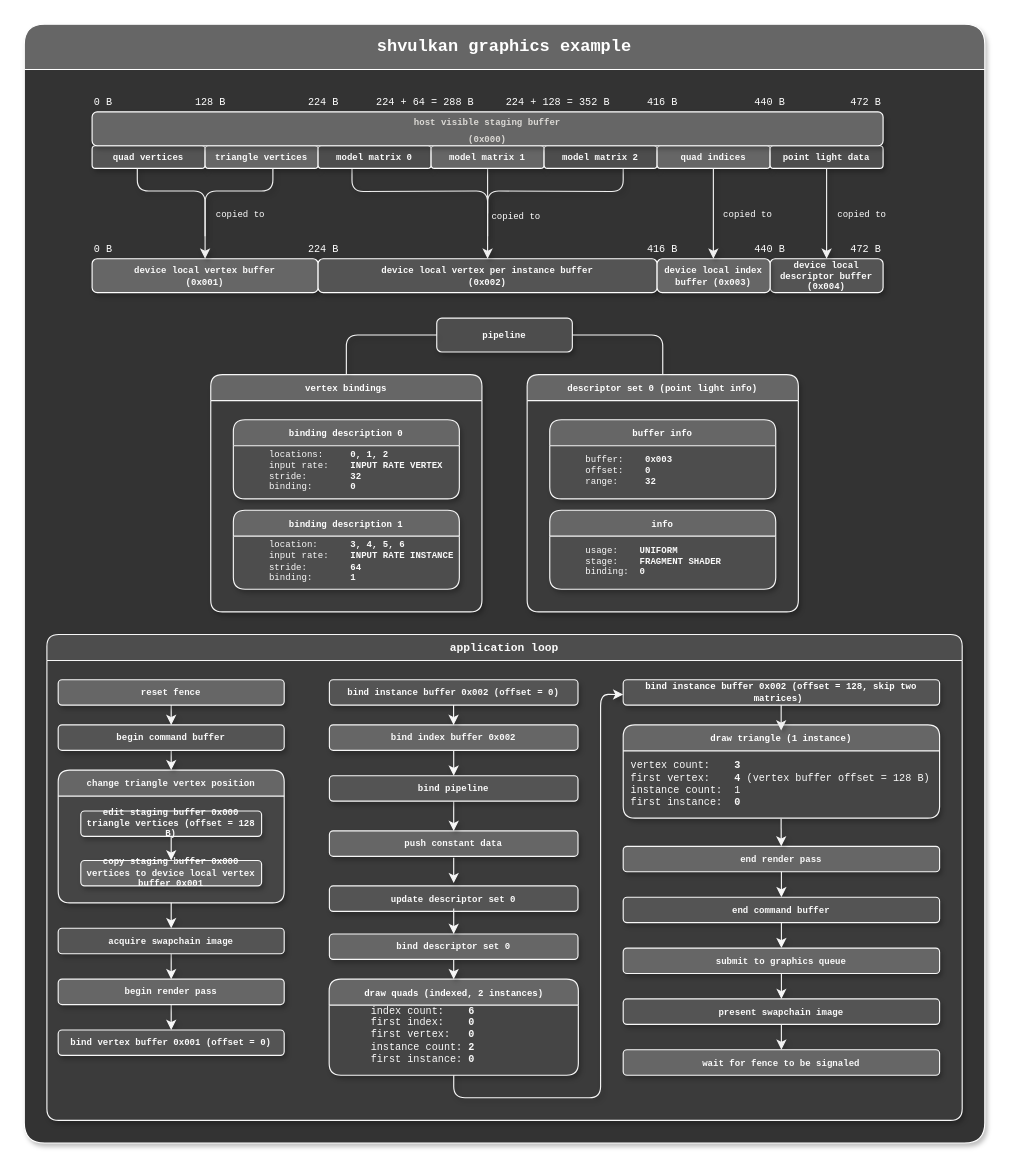
Before: examples/diagrams/shvulkan graphics.drawio in MrSinho/shvulkan, a draw.io diagram. Source tidied: cells renumbered, new cells numbered last; positions are measured from the earlier drawing's top-left corner, leaving out a move shared by most shapes. Both pictures are drawn from the tidied source at 113%, with x=0, y=0 at pixel (24, 24).
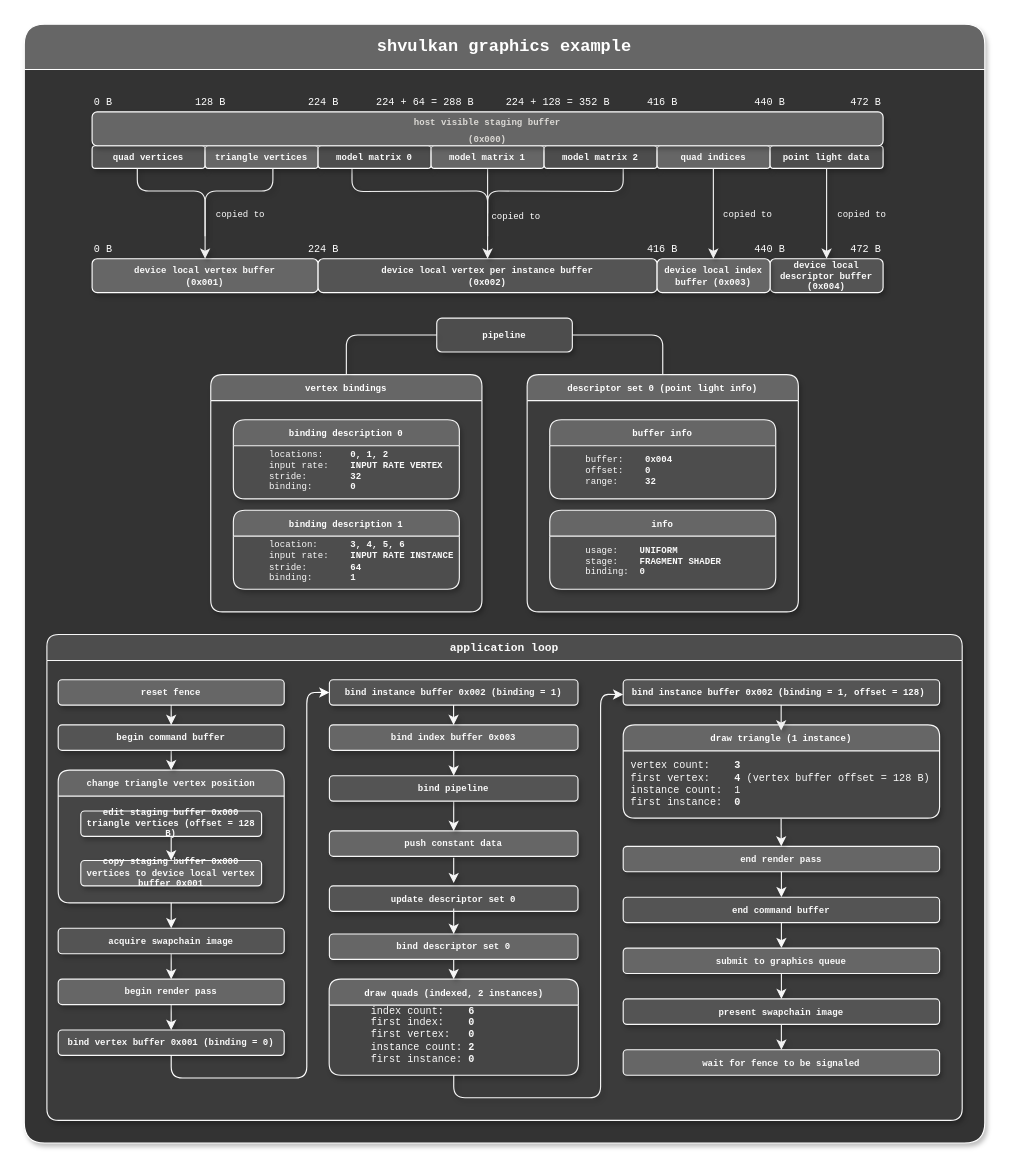
The same page after the edit.

Unchanged cells that the change refers to:
```xml
<mxCell id="2" value="&lt;font face=&quot;consolas&quot; style=&quot;font-size: 15px;&quot;&gt;shvulkan graphics example&lt;/font&gt;" style="swimlane;html=1;fontSize=12;startSize=40;labelBackgroundColor=none;whiteSpace=wrap;fontColor=#FFFFFF;fillColor=#666666;strokeColor=#FFFFFF;strokeWidth=1;rounded=1;swimlaneFillColor=#333333;shadow=1;" parent="1" vertex="1">
  <mxGeometry width="850" height="990" as="geometry" />
</mxCell>
<mxCell id="3" value="&lt;font style=&quot;font-size: 10px;&quot;&gt;application loop&lt;/font&gt;" style="swimlane;whiteSpace=wrap;html=1;fontFamily=consolas;fontSize=8;fillColor=#4D4D4D;fontColor=#FAFAFA;strokeColor=#F7F7F7;swimlaneFillColor=#3b3b3b;shadow=1;rounded=1;labelBackgroundColor=none;" parent="2" vertex="1">
  <mxGeometry x="20" y="540" width="810" height="430" as="geometry" />
</mxCell>
<mxCell id="31" value="buffer info" style="swimlane;whiteSpace=wrap;html=1;fontSize=8;fontFamily=consolas;fillColor=#666666;fontColor=#FFFFFF;strokeColor=#F7F7F7;rounded=1;swimlaneFillColor=#4D4D4D;shadow=1;labelBackgroundColor=none;" parent="30" vertex="1">
  <mxGeometry x="20" y="40" width="200" height="70" as="geometry" />
</mxCell>
```

The edit, as a diff of the source:
```diff
@@
-    <mxCell id="7" value="bind instance buffer 0x002 (offset = 0)" style="whiteSpace=wrap;html=1;align=center;fontFamily=consolas;fontSize=8;fontStyle=1;fillColor=#545454;strokeColor=#F7F7F7;fontColor=#FAFAFA;swimlaneFillColor=none;rounded=1;shadow=1;labelBackgroundColor=none;" parent="3" vertex="1">
+    <mxCell id="7" value="bind instance buffer 0x002 (binding = 1)" style="whiteSpace=wrap;html=1;align=center;fontFamily=consolas;fontSize=8;fontStyle=1;fillColor=#545454;strokeColor=#F7F7F7;fontColor=#FAFAFA;swimlaneFillColor=none;rounded=1;shadow=1;labelBackgroundColor=none;" parent="3" vertex="1">
       <mxGeometry x="250" y="40" width="220" height="22.5" as="geometry" />
     </mxCell>
-    <mxCell id="8" value="bind index buffer 0x002" style="whiteSpace=wrap;html=1;align=center;fontFamily=consolas;fontSize=8;fontStyle=1;fillColor=#666666;fontColor=#FAFAFA;strokeColor=#F7F7F7;swimlaneFillColor=none;rounded=1;shadow=1;labelBackgroundColor=none;" parent="3" vertex="1">
+    <mxCell id="8" value="bind index buffer 0x003" style="whiteSpace=wrap;html=1;align=center;fontFamily=consolas;fontSize=8;fontStyle=1;fillColor=#666666;fontColor=#FAFAFA;strokeColor=#F7F7F7;swimlaneFillColor=none;rounded=1;shadow=1;labelBackgroundColor=none;" parent="3" vertex="1">
       <mxGeometry x="250" y="80" width="220" height="22.5" as="geometry" />
     </mxCell>
@@
-    <mxCell id="24" value="&lt;span style=&quot;color: rgb(255, 255, 255);&quot;&gt;bind instance buffer 0x002 (offset = 128, skip two matrices)&amp;nbsp;&lt;/span&gt;" style="whiteSpace=wrap;html=1;align=center;fontFamily=consolas;fontSize=8;fontStyle=1;fillColor=#545454;strokeColor=#F7F7F7;fontColor=#FAFAFA;swimlaneFillColor=none;rounded=1;shadow=1;labelBackgroundColor=none;" parent="3" vertex="1">
+    <mxCell id="24" value="&lt;span style=&quot;color: rgb(255, 255, 255);&quot;&gt;bind instance buffer 0x002 (binding = 1, offset = 128)&amp;nbsp;&lt;/span&gt;" style="whiteSpace=wrap;html=1;align=center;fontFamily=consolas;fontSize=8;fontStyle=1;fillColor=#545454;strokeColor=#F7F7F7;fontColor=#FAFAFA;swimlaneFillColor=none;rounded=1;shadow=1;labelBackgroundColor=none;" parent="3" vertex="1">
       <mxGeometry x="510" y="40" width="280" height="22.5" as="geometry" />
     </mxCell>
@@
-    <mxCell id="32" value="buffer:&amp;nbsp; &amp;nbsp;&amp;nbsp;&lt;b style=&quot;font-size: 8px;&quot;&gt;0x003&lt;/b&gt;&lt;br style=&quot;font-size: 8px;&quot;&gt;offset:&amp;nbsp; &amp;nbsp;&amp;nbsp;&lt;b style=&quot;font-size: 8px;&quot;&gt;0&lt;br style=&quot;font-size: 8px;&quot;&gt;&lt;/b&gt;range:&amp;nbsp; &amp;nbsp; &amp;nbsp;&lt;b style=&quot;font-size: 8px;&quot;&gt;32&lt;/b&gt;" style="text;html=1;align=left;verticalAlign=middle;strokeColor=none;fillColor=none;fontSize=8;fontFamily=consolas;fontColor=#FAFAFA;labelBackgroundColor=none;shadow=1;" parent="31" vertex="1">
+    <mxCell id="32" value="buffer:&amp;nbsp; &amp;nbsp;&amp;nbsp;&lt;b style=&quot;font-size: 8px;&quot;&gt;0x004&lt;/b&gt;&lt;br style=&quot;font-size: 8px;&quot;&gt;offset:&amp;nbsp; &amp;nbsp;&amp;nbsp;&lt;b style=&quot;font-size: 8px;&quot;&gt;0&lt;br style=&quot;font-size: 8px;&quot;&gt;&lt;/b&gt;range:&amp;nbsp; &amp;nbsp; &amp;nbsp;&lt;b style=&quot;font-size: 8px;&quot;&gt;32&lt;/b&gt;" style="text;html=1;align=left;verticalAlign=middle;strokeColor=none;fillColor=none;fontSize=8;fontFamily=consolas;fontColor=#FAFAFA;labelBackgroundColor=none;shadow=1;" parent="31" vertex="1">
       <mxGeometry x="30" y="25" width="90" height="40" as="geometry" />
     </mxCell>
@@
-    <mxCell id="50" value="bind vertex buffer 0x001 (offset = 0)" style="whiteSpace=wrap;html=1;align=center;fontFamily=consolas;fontSize=8;fontStyle=1;fillColor=#545454;strokeColor=#F7F7F7;fontColor=#FAFAFA;swimlaneFillColor=none;rounded=1;shadow=1;labelBackgroundColor=none;" parent="2" vertex="1">
+    <mxCell id="50" value="bind vertex buffer 0x001 (binding = 0)" style="whiteSpace=wrap;html=1;align=center;fontFamily=consolas;fontSize=8;fontStyle=1;fillColor=#545454;strokeColor=#F7F7F7;fontColor=#FAFAFA;swimlaneFillColor=none;rounded=1;shadow=1;labelBackgroundColor=none;" parent="2" vertex="1">
       <mxGeometry x="30" y="890" width="200" height="22.5" as="geometry" />
     </mxCell>
@@
+    <mxCell id="98" style="edgeStyle=orthogonalEdgeStyle;rounded=1;jettySize=auto;html=1;exitX=0.5;exitY=1;exitDx=0;exitDy=0;strokeColor=#FFFFFF;entryX=0;entryY=0.5;entryDx=0;entryDy=0;" parent="2" edge="1" source="50" target="7">
+      <mxGeometry relative="1" as="geometry" />
+    </mxCell>
```
